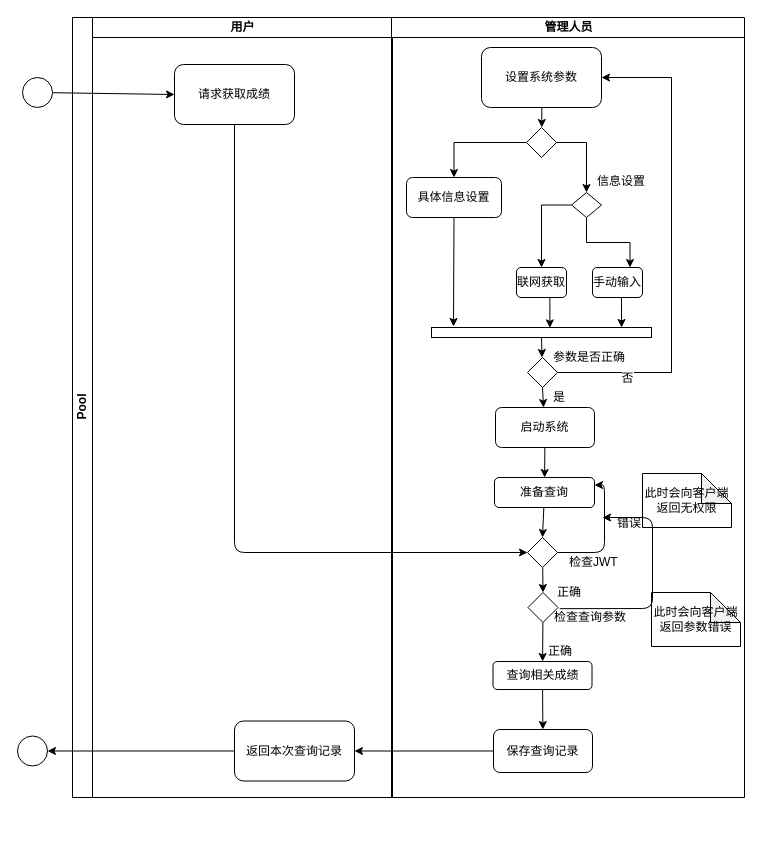
Before: 成绩查询流程再造业务流程图.drawio in peiyusi/SportsGradeDraw.io, a draw.io diagram. Source tidied: cells renumbered, new cells numbered last; positions are measured from the earlier drawing's top-left corner, leaving out a move shared by most shapes. Both pictures are drawn from the tidied source at 100%, with x=0, y=0 at pixel (17, 17).
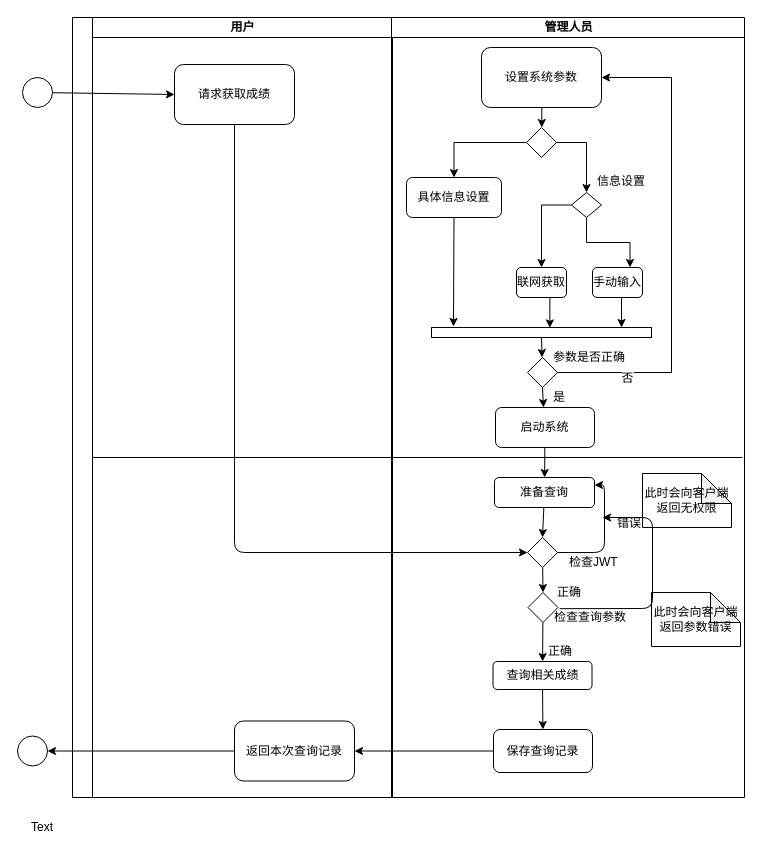
Above is the later version.

Commit message:
更新成绩查询流程再造业务流程图.drawio

Unchanged cells that the change refers to:
```xml
<mxCell id="3" value="用户" style="swimlane;html=1;startSize=20;" parent="2" vertex="1">
  <mxGeometry x="20" width="300" height="780" as="geometry" />
</mxCell>
```

Change to the diagram source:
```diff
@@
-    <mxCell id="2" value="Pool" style="swimlane;html=1;startSize=20;horizontal=0;rounded=0;shadow=0;glass=0;fillColor=none;" parent="1" vertex="1">
+    <mxCell id="2" style="swimlane;html=1;startSize=20;horizontal=0;rounded=0;shadow=0;glass=0;fillColor=none;" parent="1" vertex="1">
       <mxGeometry x="55" width="320" height="780" as="geometry" />
     </mxCell>
@@
+    <mxCell id="56" style="endArrow=none;html=1;fontColor=#000000;" parent="3" edge="1">
+      <mxGeometry relative="1" as="geometry">
+        <mxPoint y="440" as="sourcePoint" />
+        <mxPoint x="650" y="440" as="targetPoint" />
+      </mxGeometry>
+    </mxCell>
@@
+    <mxCell id="57" value="Text" style="text;html=1;strokeColor=none;fillColor=none;align=center;verticalAlign=middle;whiteSpace=wrap;rounded=0;shadow=0;glass=0;labelBackgroundColor=none;fontColor=#000000;" parent="1" vertex="1">
+      <mxGeometry x="5" y="800" width="40" height="20" as="geometry" />
+    </mxCell>
```
